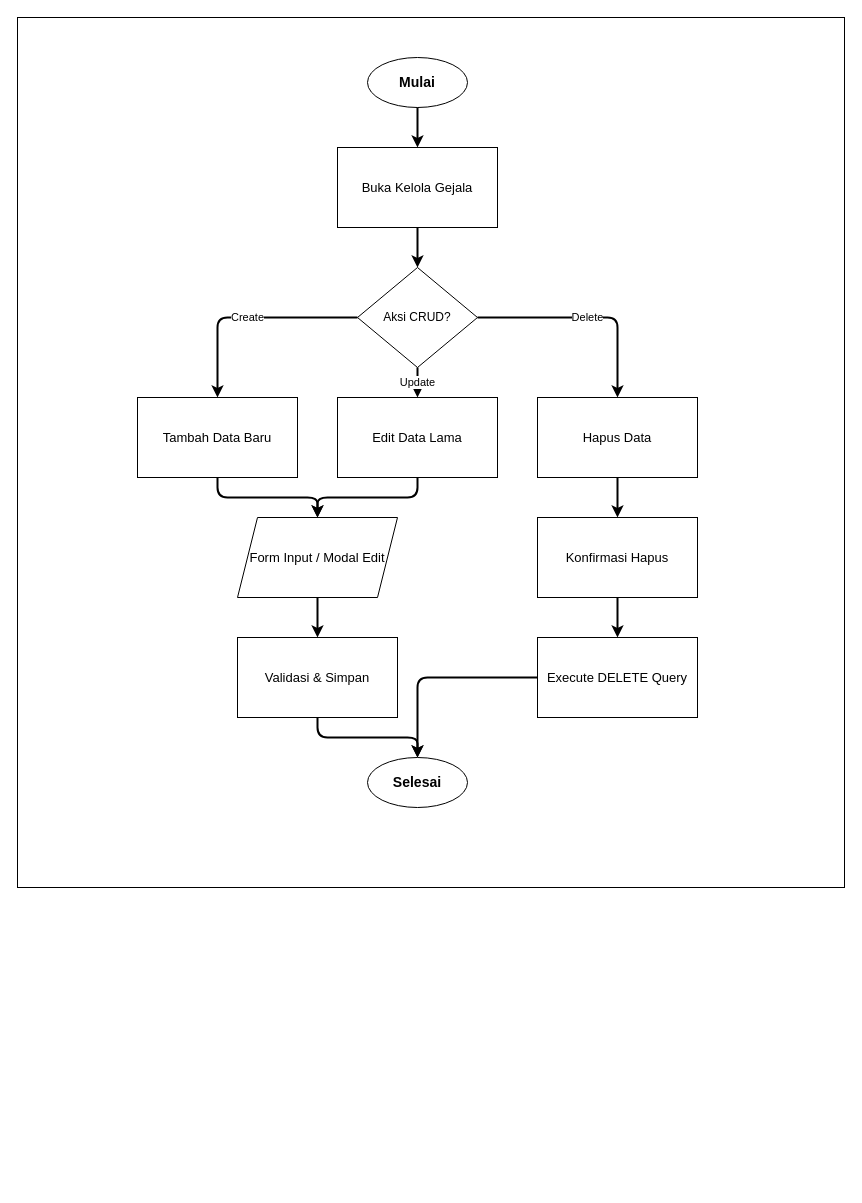
Before: diagram/flowchart/admin_gejala.drawio in Jinsky/Jinsky, a draw.io diagram. Source tidied: cells renumbered, new cells numbered last; positions are measured from the earlier drawing's top-left corner, leaving out a move shared by most shapes. Both pictures are drawn from the tidied source at 100%, with x=0, y=0 at pixel (17, 17).
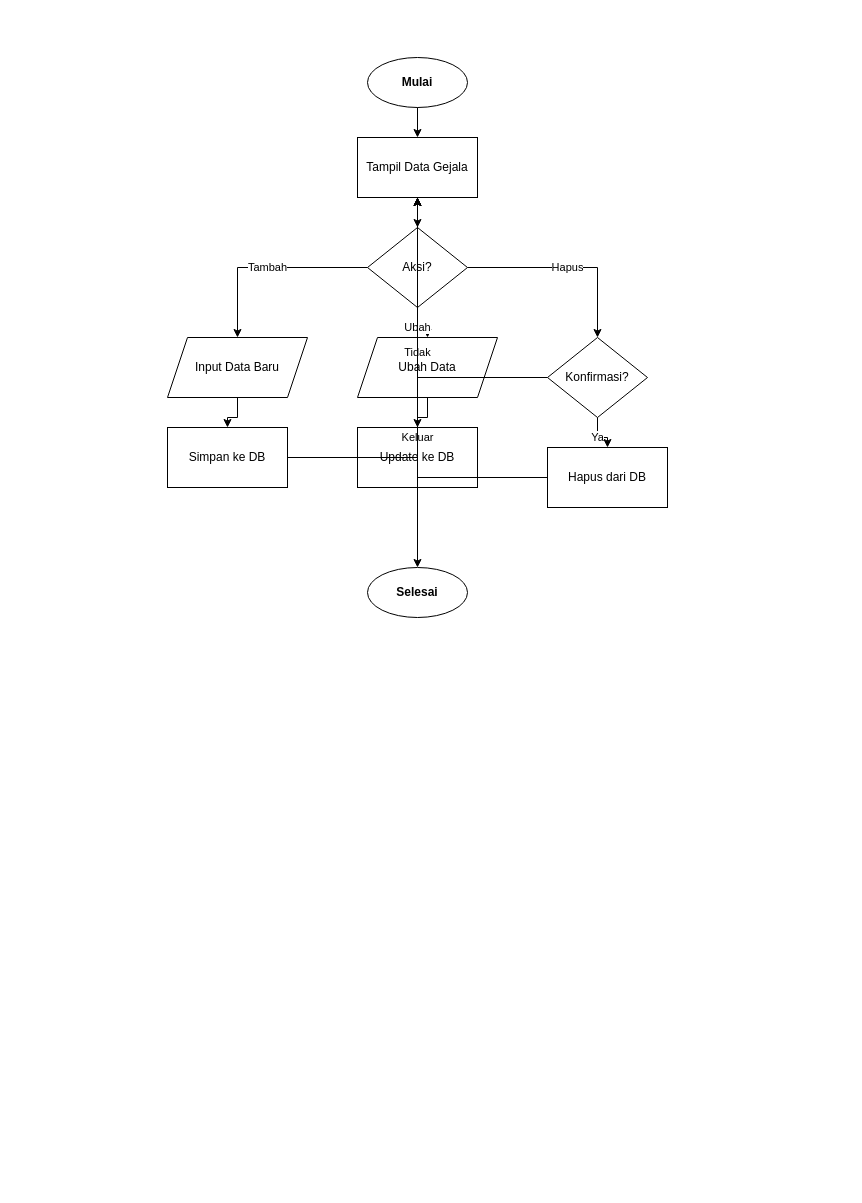
Above is the later version.

The edit, as a diff of the source:
```diff
@@
-    <mxCell id="2" style="rounded=0;whiteSpace=wrap;html=1;" parent="1" vertex="1">
-      <mxGeometry width="827" height="870" as="geometry" />
+    <mxCell id="2" style="rounded=0;whiteSpace=wrap;html=1;fillColor=#ffffff;strokeColor=none;" parent="1" vertex="1">
+      <mxGeometry width="827" height="1169" as="geometry" />
     </mxCell>
+    <mxCell id="26" value="Mulai" style="ellipse;whiteSpace=wrap;html=1;fontStyle=1;fontSize=12;fillColor=#ffffff;strokeColor=#000000;" parent="1" vertex="1">
+      <mxGeometry x="350" y="40" width="100" height="50" as="geometry" />
+    </mxCell>
+    <mxCell id="27" value="Tampil Data Gejala" style="rounded=0;whiteSpace=wrap;html=1;fontSize=12;fillColor=#ffffff;strokeColor=#000000;" parent="1" vertex="1">
+      <mxGeometry x="340" y="120" width="120" height="60" as="geometry" />
+    </mxCell>
-    <mxCell id="3" value="Mulai" style="ellipse;whiteSpace=wrap;html=1;fontStyle=1;fontSize=14;" parent="1" vertex="1">
-      <mxGeometry x="350" y="40" width="100" height="50" as="geometry" />
+    <mxCell id="3" value="Aksi?" style="rhombus;whiteSpace=wrap;html=1;fontSize=12;fillColor=#ffffff;strokeColor=#000000;" parent="1" vertex="1">
+      <mxGeometry x="350" y="210" width="100" height="80" as="geometry" />
     </mxCell>
-    <mxCell id="4" value="Buka Kelola Gejala" style="rounded=0;whiteSpace=wrap;html=1;fontSize=13;" parent="1" vertex="1">
-      <mxGeometry x="320" y="130" width="160" height="80" as="geometry" />
+    <mxCell id="4" value="Input Data Baru" style="shape=parallelogram;perimeter=parallelogramPerimeter;whiteSpace=wrap;html=1;fixedSize=1;fontSize=12;fillColor=#ffffff;strokeColor=#000000;" parent="1" vertex="1">
+      <mxGeometry x="150" y="320" width="140" height="60" as="geometry" />
     </mxCell>
-    <mxCell id="5" value="Aksi CRUD?" style="rhombus;whiteSpace=wrap;html=1;fontSize=12;" parent="1" vertex="1">
-      <mxGeometry x="340" y="250" width="120" height="100" as="geometry" />
+    <mxCell id="5" value="Simpan ke DB" style="rounded=0;whiteSpace=wrap;html=1;fontSize=12;fillColor=#ffffff;strokeColor=#000000;" parent="1" vertex="1">
+      <mxGeometry x="150" y="410" width="120" height="60" as="geometry" />
     </mxCell>
-    <mxCell id="6" value="Tambah Data Baru" style="rounded=0;whiteSpace=wrap;html=1;fontSize=13;" parent="1" vertex="1">
-      <mxGeometry x="120" y="380" width="160" height="80" as="geometry" />
+    <mxCell id="6" value="Ubah Data" style="shape=parallelogram;perimeter=parallelogramPerimeter;whiteSpace=wrap;html=1;fixedSize=1;fontSize=12;fillColor=#ffffff;strokeColor=#000000;" parent="1" vertex="1">
+      <mxGeometry x="340" y="320" width="140" height="60" as="geometry" />
     </mxCell>
-    <mxCell id="7" value="Edit Data Lama" style="rounded=0;whiteSpace=wrap;html=1;fontSize=13;" parent="1" vertex="1">
-      <mxGeometry x="320" y="380" width="160" height="80" as="geometry" />
+    <mxCell id="7" value="Update ke DB" style="rounded=0;whiteSpace=wrap;html=1;fontSize=12;fillColor=#ffffff;strokeColor=#000000;" parent="1" vertex="1">
+      <mxGeometry x="340" y="410" width="120" height="60" as="geometry" />
     </mxCell>
-    <mxCell id="8" value="Hapus Data" style="rounded=0;whiteSpace=wrap;html=1;fontSize=13;" parent="1" vertex="1">
-      <mxGeometry x="520" y="380" width="160" height="80" as="geometry" />
+    <mxCell id="8" value="Konfirmasi?" style="rhombus;whiteSpace=wrap;html=1;fontSize=12;fillColor=#ffffff;strokeColor=#000000;" parent="1" vertex="1">
+      <mxGeometry x="530" y="320" width="100" height="80" as="geometry" />
     </mxCell>
-    <mxCell id="9" value="Form Input / Modal Edit" style="shape=parallelogram;perimeter=parallelogramPerimeter;whiteSpace=wrap;html=1;fixedSize=1;fontSize=13;" parent="1" vertex="1">
-      <mxGeometry x="220" y="500" width="160" height="80" as="geometry" />
+    <mxCell id="9" value="Hapus dari DB" style="rounded=0;whiteSpace=wrap;html=1;fontSize=12;fillColor=#ffffff;strokeColor=#000000;" parent="1" vertex="1">
+      <mxGeometry x="530" y="430" width="120" height="60" as="geometry" />
     </mxCell>
-    <mxCell id="10" value="Validasi &amp; Simpan" style="rounded=0;whiteSpace=wrap;html=1;fontSize=13;" parent="1" vertex="1">
-      <mxGeometry x="220" y="620" width="160" height="80" as="geometry" />
+    <mxCell id="10" value="Selesai" style="ellipse;whiteSpace=wrap;html=1;fontStyle=1;fontSize=12;fillColor=#ffffff;strokeColor=#000000;" parent="1" vertex="1">
+      <mxGeometry x="350" y="550" width="100" height="50" as="geometry" />
     </mxCell>
-    <mxCell id="11" value="Konfirmasi Hapus" style="rounded=0;whiteSpace=wrap;html=1;fontSize=13;" parent="1" vertex="1">
-      <mxGeometry x="520" y="500" width="160" height="80" as="geometry" />
+    <mxCell id="11" style="edgeStyle=orthogonalEdgeStyle;rounded=0;jettySize=auto;html=1;strokeColor=#000000;fontSize=11;" parent="1" edge="1" source="26" target="27">
+      <mxGeometry relative="1" as="geometry" />
     </mxCell>
-    <mxCell id="12" value="Execute DELETE Query" style="rounded=0;whiteSpace=wrap;html=1;fontSize=13;" parent="1" vertex="1">
-      <mxGeometry x="520" y="620" width="160" height="80" as="geometry" />
+    <mxCell id="12" style="edgeStyle=orthogonalEdgeStyle;rounded=0;jettySize=auto;html=1;strokeColor=#000000;fontSize=11;" parent="1" edge="1" source="27" target="3">
+      <mxGeometry relative="1" as="geometry" />
     </mxCell>
-    <mxCell id="13" value="Selesai" style="ellipse;whiteSpace=wrap;html=1;fontStyle=1;fontSize=14;" parent="1" vertex="1">
-      <mxGeometry x="350" y="740" width="100" height="50" as="geometry" />
+    <mxCell id="13" value="Tambah" style="edgeStyle=orthogonalEdgeStyle;rounded=0;jettySize=auto;html=1;strokeColor=#000000;fontSize=11;" parent="1" edge="1" source="3" target="4">
+      <mxGeometry relative="1" as="geometry" />
     </mxCell>
-    <mxCell id="14" style="edgeStyle=orthogonalEdgeStyle;rounded=1;jettySize=auto;html=1;strokeWidth=2;fontSize=11;" parent="1" edge="1" source="3" target="4">
-      <mxGeometry relative="1" as="geometry" />
-    </mxCell>
+    <mxCell id="28" value="Ubah" style="edgeStyle=orthogonalEdgeStyle;rounded=0;jettySize=auto;html=1;strokeColor=#000000;fontSize=11;" parent="1" edge="1" source="3" target="6">
+      <mxGeometry relative="1" as="geometry" />
+    </mxCell>
+    <mxCell id="29" value="Hapus" style="edgeStyle=orthogonalEdgeStyle;rounded=0;jettySize=auto;html=1;strokeColor=#000000;fontSize=11;" parent="1" edge="1" source="3" target="8">
+      <mxGeometry relative="1" as="geometry" />
+    </mxCell>
+    <mxCell id="30" value="Keluar" style="edgeStyle=orthogonalEdgeStyle;rounded=0;jettySize=auto;html=1;strokeColor=#000000;fontSize=11;" parent="1" edge="1" source="3" target="10">
+      <mxGeometry relative="1" as="geometry" />
+    </mxCell>
-    <mxCell id="15" style="edgeStyle=orthogonalEdgeStyle;rounded=1;jettySize=auto;html=1;strokeWidth=2;fontSize=11;" parent="1" edge="1" source="4" target="5">
+    <mxCell id="15" style="edgeStyle=orthogonalEdgeStyle;rounded=0;jettySize=auto;html=1;strokeColor=#000000;fontSize=11;" parent="1" edge="1" source="4" target="5">
       <mxGeometry relative="1" as="geometry" />
     </mxCell>
-    <mxCell id="16" value="Create" style="edgeStyle=orthogonalEdgeStyle;rounded=1;jettySize=auto;html=1;strokeWidth=2;fontSize=11;" parent="1" edge="1" source="5" target="6">
-      <mxGeometry relative="1" as="geometry" />
-    </mxCell>
-    <mxCell id="17" value="Update" style="edgeStyle=orthogonalEdgeStyle;rounded=1;jettySize=auto;html=1;strokeWidth=2;fontSize=11;" parent="1" edge="1" source="5" target="7">
-      <mxGeometry relative="1" as="geometry" />
-    </mxCell>
-    <mxCell id="18" value="Delete" style="edgeStyle=orthogonalEdgeStyle;rounded=1;jettySize=auto;html=1;strokeWidth=2;fontSize=11;" parent="1" edge="1" source="5" target="8">
-      <mxGeometry relative="1" as="geometry" />
-    </mxCell>
-    <mxCell id="19" style="edgeStyle=orthogonalEdgeStyle;rounded=1;jettySize=auto;html=1;strokeWidth=2;fontSize=11;" parent="1" edge="1" source="6" target="9">
-      <mxGeometry relative="1" as="geometry" />
-    </mxCell>
-    <mxCell id="20" style="edgeStyle=orthogonalEdgeStyle;rounded=1;jettySize=auto;html=1;strokeWidth=2;fontSize=11;" parent="1" edge="1" source="7" target="9">
-      <mxGeometry relative="1" as="geometry" />
-    </mxCell>
-    <mxCell id="21" style="edgeStyle=orthogonalEdgeStyle;rounded=1;jettySize=auto;html=1;strokeWidth=2;fontSize=11;" parent="1" edge="1" source="9" target="10">
-      <mxGeometry relative="1" as="geometry" />
-    </mxCell>
-    <mxCell id="22" style="edgeStyle=orthogonalEdgeStyle;rounded=1;jettySize=auto;html=1;strokeWidth=2;fontSize=11;" parent="1" edge="1" source="10" target="13">
-      <mxGeometry relative="1" as="geometry" />
-    </mxCell>
-    <mxCell id="23" style="edgeStyle=orthogonalEdgeStyle;rounded=1;jettySize=auto;html=1;strokeWidth=2;fontSize=11;" parent="1" edge="1" source="8" target="11">
-      <mxGeometry relative="1" as="geometry" />
-    </mxCell>
-    <mxCell id="24" style="edgeStyle=orthogonalEdgeStyle;rounded=1;jettySize=auto;html=1;strokeWidth=2;fontSize=11;" parent="1" edge="1" source="11" target="12">
-      <mxGeometry relative="1" as="geometry" />
-    </mxCell>
-    <mxCell id="25" style="edgeStyle=orthogonalEdgeStyle;rounded=1;jettySize=auto;html=1;strokeWidth=2;fontSize=11;" parent="1" edge="1" source="12" target="13">
-      <mxGeometry relative="1" as="geometry" />
-    </mxCell>
+    <mxCell id="31" style="edgeStyle=orthogonalEdgeStyle;rounded=0;jettySize=auto;html=1;strokeColor=#000000;fontSize=11;" parent="1" edge="1" source="5" target="27">
+      <mxGeometry relative="1" as="geometry" />
+    </mxCell>
+    <mxCell id="32" style="edgeStyle=orthogonalEdgeStyle;rounded=0;jettySize=auto;html=1;strokeColor=#000000;fontSize=11;" parent="1" edge="1" source="6" target="7">
+      <mxGeometry relative="1" as="geometry" />
+    </mxCell>
+    <mxCell id="33" style="edgeStyle=orthogonalEdgeStyle;rounded=0;jettySize=auto;html=1;strokeColor=#000000;fontSize=11;" parent="1" edge="1" source="7" target="27">
+      <mxGeometry relative="1" as="geometry" />
+    </mxCell>
+    <mxCell id="34" value="Ya" style="edgeStyle=orthogonalEdgeStyle;rounded=0;jettySize=auto;html=1;strokeColor=#000000;fontSize=11;" parent="1" edge="1" source="8" target="9">
+      <mxGeometry relative="1" as="geometry" />
+    </mxCell>
+    <mxCell id="35" value="Tidak" style="edgeStyle=orthogonalEdgeStyle;rounded=0;jettySize=auto;html=1;strokeColor=#000000;fontSize=11;" parent="1" edge="1" source="8" target="27">
+      <mxGeometry relative="1" as="geometry" />
+    </mxCell>
+    <mxCell id="36" style="edgeStyle=orthogonalEdgeStyle;rounded=0;jettySize=auto;html=1;strokeColor=#000000;fontSize=11;" parent="1" edge="1" source="9" target="27">
+      <mxGeometry relative="1" as="geometry" />
+    </mxCell>
```
